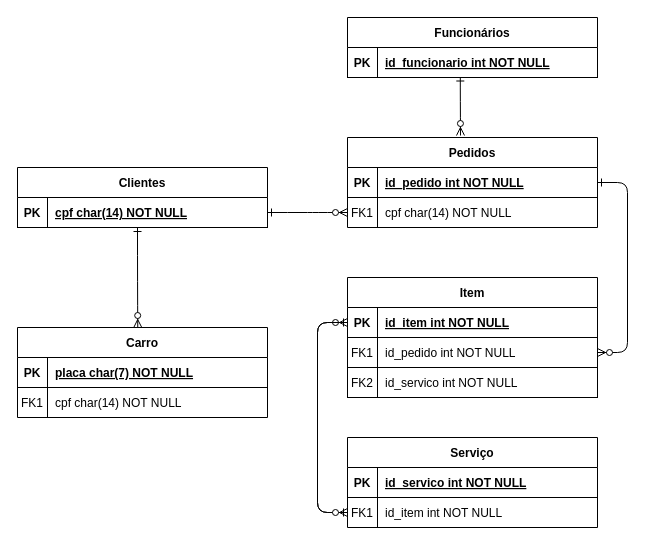
djesusguimaraes/Banco-de-Dados keeps this draw.io diagram as Untitled Diagram.drawio. Above is the earlier version. Source tidied: cells renumbered, new cells numbered last; positions are measured from the earlier drawing's top-left corner, leaving out a move shared by most shapes. Both pictures are drawn from the tidied source at 100%, with x=0, y=0 at pixel (17, 17).
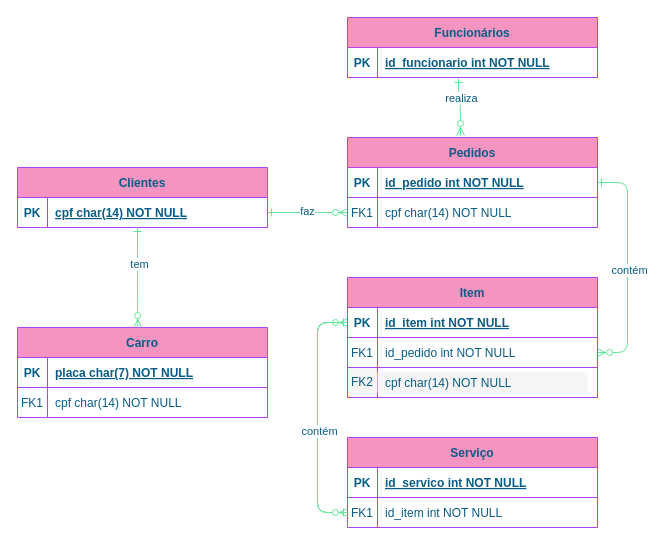
The same diagram, later.

Unchanged cells that the change refers to:
```xml
<mxCell id="27" style="group;fontStyle=0;" parent="1" vertex="1">
  <mxGeometry x="330" y="260" width="250" height="120" as="geometry" />
</mxCell>
```

Change to the diagram source:
```diff
@@
-    <mxCell id="2" style="edgeStyle=entityRelationEdgeStyle;endArrow=ERzeroToMany;startArrow=ERone;endFill=1;startFill=0;" parent="1" edge="1" source="12" target="8">
+    <mxCell id="2" style="edgeStyle=entityRelationEdgeStyle;endArrow=ERzeroToMany;startArrow=ERone;endFill=1;startFill=0;strokeColor=#60E696;fontColor=#095C86;" parent="1" edge="1" source="12" target="8">
       <mxGeometry relative="1" as="geometry" />
     </mxCell>
+    <mxCell id="49" value="faz" style="edgeLabel;html=1;align=center;verticalAlign=middle;fontColor=#095C86;" parent="2" vertex="1">
+      <mxGeometry x="-0.03" y="2" relative="1" as="geometry" />
+    </mxCell>
-    <mxCell id="3" style="edgeStyle=entityRelationEdgeStyle;endArrow=ERzeroToMany;startArrow=ERone;endFill=1;startFill=0;entryX=1;entryY=0.5;entryDx=0;entryDy=0;" parent="1" edge="1" source="5" target="32">
+    <mxCell id="3" style="edgeStyle=entityRelationEdgeStyle;endArrow=ERzeroToMany;startArrow=ERone;endFill=1;startFill=0;entryX=1;entryY=0.5;entryDx=0;entryDy=0;strokeColor=#60E696;fontColor=#095C86;" parent="1" edge="1" source="5" target="32">
       <mxGeometry relative="1" as="geometry" />
     </mxCell>
+    <mxCell id="50" value="contém" style="edgeLabel;html=1;align=center;verticalAlign=middle;fontColor=#095C86;" parent="3" vertex="1">
+      <mxGeometry x="0.02" y="1" relative="1" as="geometry" />
+    </mxCell>
-    <mxCell id="4" value="Pedidos" style="shape=table;startSize=30;childLayout=tableLayout;rowLines=0;fontStyle=1;align=center;" parent="1" vertex="1">
+    <mxCell id="4" value="Pedidos" style="shape=table;startSize=30;childLayout=tableLayout;rowLines=0;fontStyle=1;align=center;fillColor=#F694C1;strokeColor=#AF45ED;fontColor=#095C86;" parent="1" vertex="1">
       <mxGeometry x="330" y="120" width="250" height="90" as="geometry" />
     </mxCell>
-    <mxCell id="5" style="shape=partialRectangle;fillColor=none;points=[[0,0.5],[1,0.5]];portConstraint=eastwest;top=0;left=0;right=0;bottom=1;" parent="4" vertex="1">
+    <mxCell id="5" style="shape=partialRectangle;fillColor=none;points=[[0,0.5],[1,0.5]];portConstraint=eastwest;top=0;left=0;right=0;bottom=1;strokeColor=#AF45ED;fontColor=#095C86;" parent="4" vertex="1">
       <mxGeometry y="30" width="250" height="30" as="geometry" />
     </mxCell>
-    <mxCell id="6" value="PK" style="shape=partialRectangle;overflow=hidden;fillColor=none;top=0;left=0;bottom=0;right=0;fontStyle=1;" parent="5" vertex="1">
+    <mxCell id="6" value="PK" style="shape=partialRectangle;overflow=hidden;fillColor=none;top=0;left=0;bottom=0;right=0;fontStyle=1;strokeColor=#AF45ED;fontColor=#095C86;" parent="5" vertex="1">
       <mxGeometry width="30" height="30" as="geometry" />
     </mxCell>
-    <mxCell id="7" value="id_pedido int NOT NULL " style="shape=partialRectangle;overflow=hidden;fillColor=none;top=0;left=0;bottom=0;right=0;align=left;spacingLeft=6;fontStyle=5;" parent="5" vertex="1">
+    <mxCell id="7" value="id_pedido int NOT NULL " style="shape=partialRectangle;overflow=hidden;fillColor=none;top=0;left=0;bottom=0;right=0;align=left;spacingLeft=6;fontStyle=5;strokeColor=#AF45ED;fontColor=#095C86;" parent="5" vertex="1">
       <mxGeometry x="30" width="220" height="30" as="geometry" />
     </mxCell>
-    <mxCell id="8" style="shape=partialRectangle;fillColor=none;points=[[0,0.5],[1,0.5]];portConstraint=eastwest;top=0;left=0;right=0;bottom=0;" parent="4" vertex="1">
+    <mxCell id="8" style="shape=partialRectangle;fillColor=none;points=[[0,0.5],[1,0.5]];portConstraint=eastwest;top=0;left=0;right=0;bottom=0;strokeColor=#AF45ED;fontColor=#095C86;" parent="4" vertex="1">
       <mxGeometry y="60" width="250" height="30" as="geometry" />
     </mxCell>
-    <mxCell id="9" value="FK1" style="shape=partialRectangle;overflow=hidden;fillColor=none;top=0;left=0;bottom=0;right=0;" parent="8" vertex="1">
+    <mxCell id="9" value="FK1" style="shape=partialRectangle;overflow=hidden;fillColor=none;top=0;left=0;bottom=0;right=0;strokeColor=#AF45ED;fontColor=#095C86;" parent="8" vertex="1">
       <mxGeometry width="30" height="30" as="geometry" />
     </mxCell>
-    <mxCell id="10" value="cpf char(14) NOT NULL" style="shape=partialRectangle;overflow=hidden;fillColor=none;top=0;left=0;bottom=0;right=0;align=left;spacingLeft=6;" parent="8" vertex="1">
+    <mxCell id="10" value="cpf char(14) NOT NULL" style="shape=partialRectangle;overflow=hidden;fillColor=none;top=0;left=0;bottom=0;right=0;align=left;spacingLeft=6;strokeColor=#AF45ED;fontColor=#095C86;" parent="8" vertex="1">
       <mxGeometry x="30" width="220" height="30" as="geometry" />
     </mxCell>
-    <mxCell id="11" value="Clientes" style="shape=table;startSize=30;childLayout=tableLayout;rowLines=0;fontStyle=1;align=center;" parent="1" vertex="1">
+    <mxCell id="11" value="Clientes" style="shape=table;startSize=30;childLayout=tableLayout;rowLines=0;fontStyle=1;align=center;fillColor=#F694C1;strokeColor=#AF45ED;fontColor=#095C86;" parent="1" vertex="1">
       <mxGeometry y="150" width="250" height="60" as="geometry" />
     </mxCell>
-    <mxCell id="12" style="shape=partialRectangle;fillColor=none;points=[[0,0.5],[1,0.5]];portConstraint=eastwest;top=0;left=0;right=0;bottom=1;" parent="11" vertex="1">
+    <mxCell id="12" style="shape=partialRectangle;fillColor=none;points=[[0,0.5],[1,0.5]];portConstraint=eastwest;top=0;left=0;right=0;bottom=1;strokeColor=#AF45ED;fontColor=#095C86;" parent="11" vertex="1">
       <mxGeometry y="30" width="250" height="30" as="geometry" />
     </mxCell>
-    <mxCell id="13" value="PK" style="shape=partialRectangle;overflow=hidden;fillColor=none;top=0;left=0;bottom=0;right=0;fontStyle=1;" parent="12" vertex="1">
+    <mxCell id="13" value="PK" style="shape=partialRectangle;overflow=hidden;fillColor=none;top=0;left=0;bottom=0;right=0;fontStyle=1;strokeColor=#AF45ED;fontColor=#095C86;" parent="12" vertex="1">
       <mxGeometry width="30" height="30" as="geometry" />
     </mxCell>
-    <mxCell id="14" value="cpf char(14) NOT NULL " style="shape=partialRectangle;overflow=hidden;fillColor=none;top=0;left=0;bottom=0;right=0;align=left;spacingLeft=6;fontStyle=5;" parent="12" vertex="1">
+    <mxCell id="14" value="cpf char(14) NOT NULL " style="shape=partialRectangle;overflow=hidden;fillColor=none;top=0;left=0;bottom=0;right=0;align=left;spacingLeft=6;fontStyle=5;strokeColor=#AF45ED;fontColor=#095C86;" parent="12" vertex="1">
       <mxGeometry x="30" width="220" height="30" as="geometry" />
     </mxCell>
-    <mxCell id="15" value="Serviço" style="shape=table;startSize=30;childLayout=tableLayout;rowLines=0;fontStyle=1;align=center;" parent="1" vertex="1">
+    <mxCell id="15" value="Serviço" style="shape=table;startSize=30;childLayout=tableLayout;rowLines=0;fontStyle=1;align=center;fillColor=#F694C1;strokeColor=#AF45ED;fontColor=#095C86;" parent="1" vertex="1">
       <mxGeometry x="330" y="420" width="250" height="90" as="geometry" />
     </mxCell>
-    <mxCell id="16" style="shape=partialRectangle;fillColor=none;top=0;left=0;right=0;bottom=1;" parent="15" vertex="1">
+    <mxCell id="16" style="shape=partialRectangle;fillColor=none;top=0;left=0;right=0;bottom=1;strokeColor=#AF45ED;fontColor=#095C86;" parent="15" vertex="1">
       <mxGeometry y="30" width="250" height="30" as="geometry" />
     </mxCell>
-    <mxCell id="17" value="PK" style="shape=partialRectangle;overflow=hidden;fillColor=none;top=0;left=0;bottom=0;right=0;fontStyle=1;" parent="16" vertex="1">
+    <mxCell id="17" value="PK" style="shape=partialRectangle;overflow=hidden;fillColor=none;top=0;left=0;bottom=0;right=0;fontStyle=1;strokeColor=#AF45ED;fontColor=#095C86;" parent="16" vertex="1">
       <mxGeometry width="30" height="30" as="geometry" />
     </mxCell>
-    <mxCell id="18" value="id_servico int NOT NULL " style="shape=partialRectangle;overflow=hidden;fillColor=none;top=0;left=0;bottom=0;right=0;align=left;spacingLeft=6;fontStyle=5;" parent="16" vertex="1">
+    <mxCell id="18" value="id_servico int NOT NULL " style="shape=partialRectangle;overflow=hidden;fillColor=none;top=0;left=0;bottom=0;right=0;align=left;spacingLeft=6;fontStyle=5;strokeColor=#AF45ED;fontColor=#095C86;" parent="16" vertex="1">
       <mxGeometry x="30" width="220" height="30" as="geometry" />
     </mxCell>
-    <mxCell id="19" style="shape=partialRectangle;fillColor=none;points=[[0,0.5],[1,0.5]];portConstraint=eastwest;top=0;left=0;right=0;bottom=0;" parent="15" vertex="1">
+    <mxCell id="19" style="shape=partialRectangle;fillColor=none;points=[[0,0.5],[1,0.5]];portConstraint=eastwest;top=0;left=0;right=0;bottom=0;strokeColor=#AF45ED;fontColor=#095C86;" parent="15" vertex="1">
       <mxGeometry y="60" width="250" height="30" as="geometry" />
     </mxCell>
-    <mxCell id="20" value="FK1" style="shape=partialRectangle;overflow=hidden;fillColor=none;top=0;left=0;bottom=0;right=0;" parent="19" vertex="1">
+    <mxCell id="20" value="FK1" style="shape=partialRectangle;overflow=hidden;fillColor=none;top=0;left=0;bottom=0;right=0;strokeColor=#AF45ED;fontColor=#095C86;" parent="19" vertex="1">
       <mxGeometry width="30" height="30" as="geometry" />
     </mxCell>
-    <mxCell id="21" value="id_item int NOT NULL" style="shape=partialRectangle;overflow=hidden;fillColor=none;top=0;left=0;bottom=0;right=0;align=left;spacingLeft=6;" parent="19" vertex="1">
+    <mxCell id="21" value="id_item int NOT NULL" style="shape=partialRectangle;overflow=hidden;fillColor=none;top=0;left=0;bottom=0;right=0;align=left;spacingLeft=6;strokeColor=#AF45ED;fontColor=#095C86;" parent="19" vertex="1">
       <mxGeometry x="30" width="220" height="30" as="geometry" />
     </mxCell>
-    <mxCell id="22" style="endArrow=ERzeroToMany;startArrow=ERone;endFill=1;startFill=0;exitX=0;exitY=0.5;exitDx=0;exitDy=0;entryX=0;entryY=0.5;entryDx=0;entryDy=0;" parent="1" edge="1" source="19" target="29">
+    <mxCell id="22" style="endArrow=ERzeroToMany;startArrow=ERone;endFill=1;startFill=0;exitX=0;exitY=0.5;exitDx=0;exitDy=0;entryX=0;entryY=0.5;entryDx=0;entryDy=0;strokeColor=#60E696;fontColor=#095C86;" parent="1" edge="1" source="19" target="29">
       <mxGeometry relative="1" as="geometry">
         <Array as="points">
           <mxPoint x="300" y="495" />
           <mxPoint x="300" y="440" />
           <mxPoint x="300" y="305" />
         </Array>
       </mxGeometry>
     </mxCell>
-    <mxCell id="23" value="Funcionários" style="shape=table;startSize=30;childLayout=tableLayout;rowLines=0;fontStyle=1;align=center;" parent="1" vertex="1">
+    <mxCell id="23" value="Funcionários" style="shape=table;startSize=30;childLayout=tableLayout;rowLines=0;fontStyle=1;align=center;fillColor=#F694C1;strokeColor=#AF45ED;fontColor=#095C86;" parent="1" vertex="1">
       <mxGeometry x="330" width="250" height="60" as="geometry" />
     </mxCell>
-    <mxCell id="24" style="shape=partialRectangle;fillColor=none;points=[[0,0.5],[1,0.5]];portConstraint=eastwest;top=0;left=0;right=0;bottom=1;" parent="23" vertex="1">
+    <mxCell id="24" style="shape=partialRectangle;fillColor=none;points=[[0,0.5],[1,0.5]];portConstraint=eastwest;top=0;left=0;right=0;bottom=1;strokeColor=#AF45ED;fontColor=#095C86;" parent="23" vertex="1">
       <mxGeometry y="30" width="250" height="30" as="geometry" />
     </mxCell>
-    <mxCell id="25" value="PK" style="shape=partialRectangle;overflow=hidden;fillColor=none;top=0;left=0;bottom=0;right=0;fontStyle=1;" parent="24" vertex="1">
+    <mxCell id="25" value="PK" style="shape=partialRectangle;overflow=hidden;fillColor=none;top=0;left=0;bottom=0;right=0;fontStyle=1;strokeColor=#AF45ED;fontColor=#095C86;" parent="24" vertex="1">
       <mxGeometry width="30" height="30" as="geometry" />
     </mxCell>
-    <mxCell id="26" value="id_funcionario int NOT NULL " style="shape=partialRectangle;overflow=hidden;fillColor=none;top=0;left=0;bottom=0;right=0;align=left;spacingLeft=6;fontStyle=5;" parent="24" vertex="1">
+    <mxCell id="26" value="id_funcionario int NOT NULL " style="shape=partialRectangle;overflow=hidden;fillColor=none;top=0;left=0;bottom=0;right=0;align=left;spacingLeft=6;fontStyle=5;strokeColor=#AF45ED;fontColor=#095C86;" parent="24" vertex="1">
       <mxGeometry x="30" width="220" height="30" as="geometry" />
     </mxCell>
@@
-    <mxCell id="28" value="Item" style="shape=table;startSize=30;childLayout=tableLayout;rowLines=0;fontStyle=1;align=center;" parent="27" vertex="1">
+    <mxCell id="28" value="Item" style="shape=table;startSize=30;childLayout=tableLayout;rowLines=0;fontStyle=1;align=center;fillColor=#F694C1;strokeColor=#AF45ED;fontColor=#095C86;" parent="27" vertex="1">
       <mxGeometry width="250" height="90" as="geometry" />
     </mxCell>
-    <mxCell id="29" style="shape=partialRectangle;fillColor=none;points=[[0,0.5],[1,0.5]];portConstraint=eastwest;top=0;left=0;right=0;bottom=1;fontStyle=0;" parent="28" vertex="1">
+    <mxCell id="29" style="shape=partialRectangle;fillColor=none;points=[[0,0.5],[1,0.5]];portConstraint=eastwest;top=0;left=0;right=0;bottom=1;fontStyle=0;strokeColor=#AF45ED;fontColor=#095C86;" parent="28" vertex="1">
       <mxGeometry y="30" width="250" height="30" as="geometry" />
     </mxCell>
-    <mxCell id="30" value="PK" style="shape=partialRectangle;overflow=hidden;fillColor=none;top=0;left=0;bottom=0;right=0;fontStyle=1;" parent="29" vertex="1">
+    <mxCell id="30" value="PK" style="shape=partialRectangle;overflow=hidden;fillColor=none;top=0;left=0;bottom=0;right=0;fontStyle=1;strokeColor=#AF45ED;fontColor=#095C86;" parent="29" vertex="1">
       <mxGeometry width="30" height="30" as="geometry" />
     </mxCell>
-    <mxCell id="31" value="id_item int NOT NULL " style="shape=partialRectangle;overflow=hidden;fillColor=none;top=0;left=0;bottom=0;right=0;align=left;spacingLeft=6;fontStyle=5;" parent="29" vertex="1">
+    <mxCell id="31" value="id_item int NOT NULL " style="shape=partialRectangle;overflow=hidden;fillColor=none;top=0;left=0;bottom=0;right=0;align=left;spacingLeft=6;fontStyle=5;strokeColor=#AF45ED;fontColor=#095C86;" parent="29" vertex="1">
       <mxGeometry x="30" width="220" height="30" as="geometry" />
     </mxCell>
-    <mxCell id="32" style="shape=partialRectangle;fillColor=none;points=[[0,0.5],[1,0.5]];portConstraint=eastwest;top=0;left=0;right=0;bottom=0;fontStyle=0;" parent="28" vertex="1">
+    <mxCell id="32" style="shape=partialRectangle;fillColor=none;points=[[0,0.5],[1,0.5]];portConstraint=eastwest;top=0;left=0;right=0;bottom=0;fontStyle=0;strokeColor=#AF45ED;fontColor=#095C86;" parent="28" vertex="1">
       <mxGeometry y="60" width="250" height="30" as="geometry" />
     </mxCell>
-    <mxCell id="33" value="FK1" style="shape=partialRectangle;overflow=hidden;fillColor=none;top=0;left=0;bottom=0;right=0;fontStyle=0;" parent="32" vertex="1">
+    <mxCell id="33" value="FK1" style="shape=partialRectangle;overflow=hidden;fillColor=none;top=0;left=0;bottom=0;right=0;fontStyle=0;strokeColor=#AF45ED;fontColor=#095C86;" parent="32" vertex="1">
       <mxGeometry width="30" height="30" as="geometry" />
     </mxCell>
-    <mxCell id="34" value="id_pedido int NOT NULL" style="shape=partialRectangle;overflow=hidden;fillColor=none;top=0;left=0;bottom=0;right=0;align=left;spacingLeft=6;fontStyle=0;" parent="32" vertex="1">
+    <mxCell id="34" value="id_pedido int NOT NULL" style="shape=partialRectangle;overflow=hidden;fillColor=none;top=0;left=0;bottom=0;right=0;align=left;spacingLeft=6;fontStyle=0;strokeColor=#AF45ED;fontColor=#095C86;" parent="32" vertex="1">
       <mxGeometry x="30" width="220" height="30" as="geometry" />
     </mxCell>
-    <mxCell id="35" style="rounded=0;whiteSpace=wrap;html=1;align=center;fontStyle=0;" parent="27" vertex="1">
+    <mxCell id="35" value="&lt;font color=&quot;#095c86&quot;&gt;FK2&lt;/font&gt;" style="rounded=0;whiteSpace=wrap;html=1;align=center;fontStyle=0;fillColor=#f5f5f5;fontColor=#333333;strokeColor=#AF45ED;" parent="27" vertex="1">
       <mxGeometry y="90" width="30" height="30" as="geometry" />
     </mxCell>
-    <mxCell id="36" style="rounded=0;whiteSpace=wrap;html=1;align=center;fontStyle=0;" parent="27" vertex="1">
+    <mxCell id="36" style="rounded=0;whiteSpace=wrap;html=1;align=center;fontStyle=0;strokeColor=#AF45ED;" parent="27" vertex="1">
       <mxGeometry x="30" y="90" width="220" height="30" as="geometry" />
     </mxCell>
-    <mxCell id="37" value="id_servico int NOT NULL" style="shape=partialRectangle;overflow=hidden;fillColor=none;top=0;left=0;bottom=0;right=0;align=left;spacingLeft=6;fontStyle=0;" parent="27" vertex="1">
-      <mxGeometry x="30" y="90" width="220" height="30" as="geometry" />
-    </mxCell>
-    <mxCell id="38" value="FK2" style="shape=partialRectangle;overflow=hidden;fillColor=none;top=0;left=0;bottom=0;right=0;fontStyle=0;" parent="27" vertex="1">
-      <mxGeometry y="90" width="30" height="30" as="geometry" />
-    </mxCell>
+    <mxCell id="51" value="cpf char(14) NOT NULL" style="shape=partialRectangle;overflow=hidden;fillColor=#f5f5f5;top=0;left=0;bottom=0;right=0;align=left;spacingLeft=6;fontColor=#095C86;strokeColor=#AF45ED;" parent="27" vertex="1">
+      <mxGeometry x="30" y="95" width="210" height="20" as="geometry" />
+    </mxCell>
-    <mxCell id="39" style="endArrow=ERzeroToMany;startArrow=ERone;endFill=1;startFill=0;exitX=0.451;exitY=0.985;exitDx=0;exitDy=0;exitPerimeter=0;edgeStyle=orthogonalEdgeStyle;curved=1;" parent="1" edge="1">
+    <mxCell id="39" style="endArrow=ERzeroToMany;startArrow=ERone;endFill=1;startFill=0;exitX=0.444;exitY=1.033;exitDx=0;exitDy=0;exitPerimeter=0;edgeStyle=orthogonalEdgeStyle;curved=1;strokeColor=#60E696;fontColor=#095C86;" parent="1" edge="1" source="24">
       <mxGeometry relative="1" as="geometry">
-        <mxPoint x="442.8" y="59.5" as="sourcePoint" />
         <mxPoint x="443" y="118" as="targetPoint" />
         <Array as="points">
           <mxPoint x="443" y="79" />
         </Array>
       </mxGeometry>
     </mxCell>
+    <mxCell id="52" value="realiza" style="edgeLabel;html=1;align=center;verticalAlign=middle;fontColor=#095C86;" parent="39" vertex="1">
+      <mxGeometry x="-0.27" relative="1" as="geometry" />
+    </mxCell>
-    <mxCell id="40" value="Carro" style="shape=table;startSize=30;childLayout=tableLayout;rowLines=0;fontStyle=1;align=center;" parent="1" vertex="1">
+    <mxCell id="40" value="Carro" style="shape=table;startSize=30;childLayout=tableLayout;rowLines=0;fontStyle=1;align=center;fillColor=#F694C1;strokeColor=#AF45ED;fontColor=#095C86;" parent="1" vertex="1">
       <mxGeometry y="310" width="250" height="90" as="geometry" />
     </mxCell>
-    <mxCell id="41" style="shape=partialRectangle;fillColor=none;top=0;left=0;right=0;bottom=1;" parent="40" vertex="1">
+    <mxCell id="41" style="shape=partialRectangle;fillColor=none;top=0;left=0;right=0;bottom=1;strokeColor=#AF45ED;fontColor=#095C86;" parent="40" vertex="1">
       <mxGeometry y="30" width="250" height="30" as="geometry" />
     </mxCell>
-    <mxCell id="42" value="PK" style="shape=partialRectangle;overflow=hidden;fillColor=none;top=0;left=0;bottom=0;right=0;fontStyle=1;" parent="41" vertex="1">
+    <mxCell id="42" value="PK" style="shape=partialRectangle;overflow=hidden;fillColor=none;top=0;left=0;bottom=0;right=0;fontStyle=1;strokeColor=#AF45ED;fontColor=#095C86;" parent="41" vertex="1">
       <mxGeometry width="30" height="30" as="geometry" />
     </mxCell>
-    <mxCell id="43" value="placa char(7) NOT NULL" style="shape=partialRectangle;overflow=hidden;fillColor=none;top=0;left=0;bottom=0;right=0;align=left;spacingLeft=6;fontStyle=5;" parent="41" vertex="1">
+    <mxCell id="43" value="placa char(7) NOT NULL" style="shape=partialRectangle;overflow=hidden;fillColor=none;top=0;left=0;bottom=0;right=0;align=left;spacingLeft=6;fontStyle=5;strokeColor=#AF45ED;fontColor=#095C86;" parent="41" vertex="1">
       <mxGeometry x="30" width="220" height="30" as="geometry" />
     </mxCell>
-    <mxCell id="44" style="shape=partialRectangle;fillColor=none;top=0;left=0;right=0;bottom=0;" parent="40" vertex="1">
+    <mxCell id="44" style="shape=partialRectangle;fillColor=none;top=0;left=0;right=0;bottom=0;strokeColor=#AF45ED;fontColor=#095C86;" parent="40" vertex="1">
       <mxGeometry y="60" width="250" height="30" as="geometry" />
     </mxCell>
-    <mxCell id="45" value="FK1" style="shape=partialRectangle;overflow=hidden;fillColor=none;top=0;left=0;bottom=0;right=0;" parent="44" vertex="1">
+    <mxCell id="45" value="FK1" style="shape=partialRectangle;overflow=hidden;fillColor=none;top=0;left=0;bottom=0;right=0;strokeColor=#AF45ED;fontColor=#095C86;" parent="44" vertex="1">
       <mxGeometry width="30" height="30" as="geometry" />
     </mxCell>
-    <mxCell id="46" value="cpf char(14) NOT NULL" style="shape=partialRectangle;overflow=hidden;fillColor=none;top=0;left=0;bottom=0;right=0;align=left;spacingLeft=6;" parent="44" vertex="1">
+    <mxCell id="46" value="cpf char(14) NOT NULL" style="shape=partialRectangle;overflow=hidden;fillColor=none;top=0;left=0;bottom=0;right=0;align=left;spacingLeft=6;strokeColor=#AF45ED;fontColor=#095C86;" parent="44" vertex="1">
       <mxGeometry x="30" width="220" height="30" as="geometry" />
     </mxCell>
-    <mxCell id="47" style="endArrow=ERzeroToMany;startArrow=ERone;endFill=1;startFill=0;exitX=0.451;exitY=0.985;exitDx=0;exitDy=0;exitPerimeter=0;edgeStyle=orthogonalEdgeStyle;curved=1;entryX=0.481;entryY=0;entryDx=0;entryDy=0;entryPerimeter=0;" parent="1" edge="1" target="40">
+    <mxCell id="47" style="endArrow=ERzeroToMany;startArrow=ERone;endFill=1;startFill=0;exitX=0.451;exitY=0.985;exitDx=0;exitDy=0;exitPerimeter=0;edgeStyle=orthogonalEdgeStyle;curved=1;entryX=0.481;entryY=0;entryDx=0;entryDy=0;entryPerimeter=0;strokeColor=#60E696;fontColor=#095C86;" parent="1" edge="1" target="40">
       <mxGeometry relative="1" as="geometry">
         <mxPoint x="120" y="210" as="sourcePoint" />
         <Array as="points">
           <mxPoint x="120" y="268" />
           <mxPoint x="120" y="268" />
         </Array>
       </mxGeometry>
     </mxCell>
+    <mxCell id="53" value="tem" style="edgeLabel;html=1;align=center;verticalAlign=middle;fontColor=#095C86;" parent="47" vertex="1">
+      <mxGeometry x="-0.28" y="1" relative="1" as="geometry" />
+    </mxCell>
-    <mxCell id="48" style="edgeStyle=elbowEdgeStyle;endArrow=ERzeroToMany;startArrow=ERone;endFill=1;startFill=0;exitX=0;exitY=0.5;exitDx=0;exitDy=0;entryX=0;entryY=0.5;entryDx=0;entryDy=0;anchorPointDirection=0;arcSize=20;" parent="1" edge="1" source="29" target="19">
+    <mxCell id="48" style="edgeStyle=elbowEdgeStyle;endArrow=ERzeroToMany;startArrow=ERone;endFill=1;startFill=0;exitX=0;exitY=0.5;exitDx=0;exitDy=0;entryX=0;entryY=0.5;entryDx=0;entryDy=0;anchorPointDirection=0;arcSize=20;strokeColor=#60E696;fontColor=#095C86;" parent="1" edge="1" source="29" target="19">
       <mxGeometry relative="1" as="geometry">
         <Array as="points">
           <mxPoint x="300" y="403" />
         </Array>
       </mxGeometry>
     </mxCell>
+    <mxCell id="54" value="contém" style="edgeLabel;html=1;align=center;verticalAlign=middle;fontColor=#095C86;" parent="48" vertex="1">
+      <mxGeometry x="0.1" y="1" relative="1" as="geometry" />
+    </mxCell>
```
